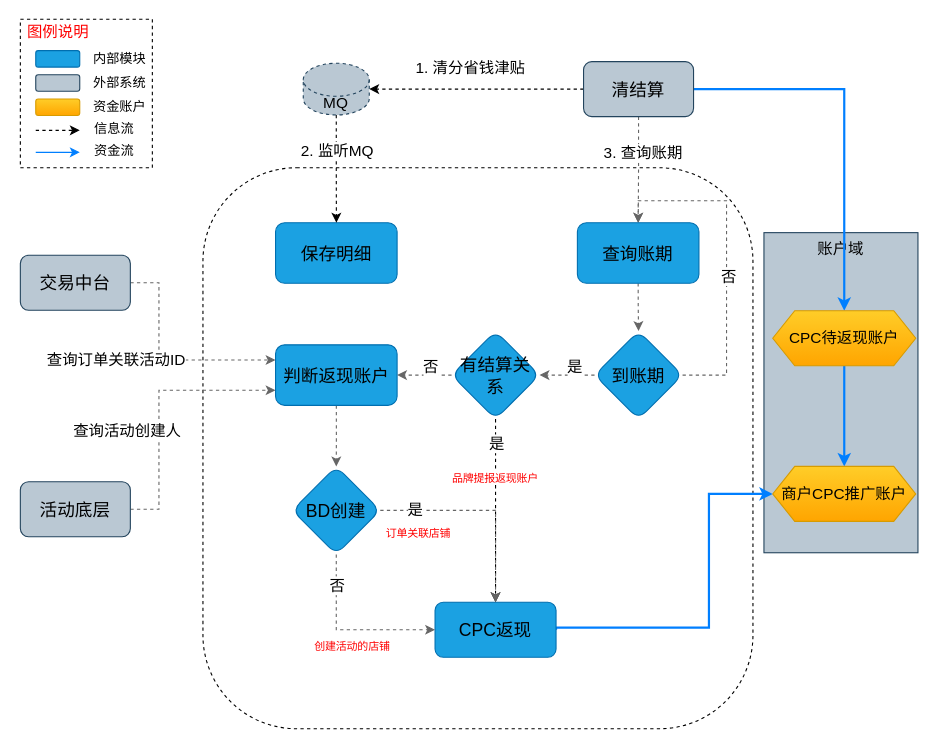
This is page "CPC返现" (6 of 6) of 智能满减.drawio from jon-kong/draw.io, a draw.io file, before an edit. Source tidied: cells renumbered, new cells numbered last; positions are measured from the earlier drawing's top-left corner, leaving out a move shared by most shapes. Both pictures are drawn from the tidied source at 110%, with x=0, y=0 at pixel (19, 19).
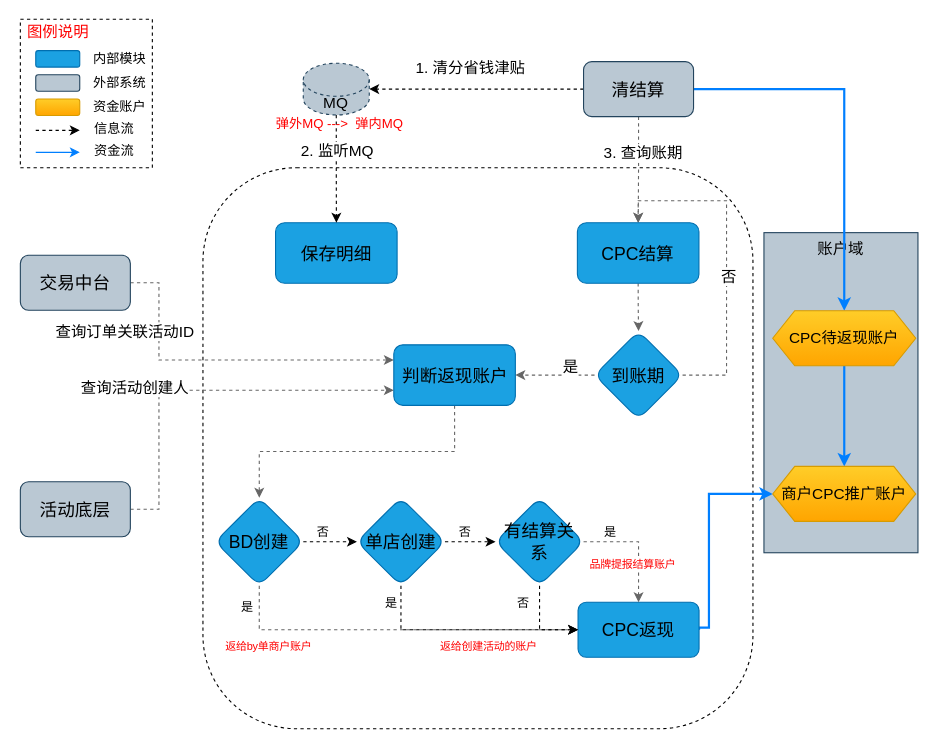
The same page after the edit.

The change refers to these unchanged cells:
```xml
<mxCell id="10" style="edgeStyle=orthogonalEdgeStyle;rounded=0;jettySize=auto;html=1;exitX=1;exitY=0.5;exitDx=0;exitDy=0;entryX=0;entryY=0.25;entryDx=0;entryDy=0;dashed=1;strokeColor=#666666;strokeWidth=1;fontSize=14;fontColor=#000000;" parent="1" edge="1" source="12" target="49">
  <mxGeometry relative="1" as="geometry">
    <Array as="points">
      <mxPoint x="127" y="240" />
      <mxPoint x="127" y="310" />
    </Array>
  </mxGeometry>
</mxCell>
<mxCell id="32" value="到账期" style="rhombus;whiteSpace=wrap;html=1;rounded=1;fontSize=16;strokeColor=#006EAF;fillColor=#1ba1e2;" parent="1" vertex="1">
  <mxGeometry x="523" y="283.5" width="80" height="80" as="geometry" />
</mxCell>
<mxCell id="50" style="edgeStyle=orthogonalEdgeStyle;rounded=0;jettySize=auto;html=1;exitX=0.5;exitY=1;exitDx=0;exitDy=0;dashed=1;strokeColor=#666666;strokeWidth=1;fontSize=14;fontColor=#000000;entryX=0;entryY=0.5;entryDx=0;entryDy=0;" parent="1" edge="1" source="54" target="39">
  <mxGeometry relative="1" as="geometry" />
</mxCell>
```

Change to the diagram source:
```diff
@@
     <mxCell id="11" value="查询订单关联活动ID" style="edgeLabel;html=1;align=center;verticalAlign=middle;fontSize=14;fontColor=#000000;" parent="10" vertex="1">
       <mxGeometry x="-0.07" y="-2" relative="1" as="geometry">
-        <mxPoint x="-38" y="1.5" as="offset" />
+        <mxPoint x="-79.7" y="-28.3" as="offset" />
       </mxGeometry>
     </mxCell>
@@
-    <mxCell id="30" style="edgeStyle=orthogonalEdgeStyle;rounded=0;jettySize=auto;html=1;exitX=0;exitY=0.5;exitDx=0;exitDy=0;dashed=1;strokeColor=#666666;strokeWidth=1;fontSize=14;fontColor=#000000;entryX=1;entryY=0.5;entryDx=0;entryDy=0;" parent="1" edge="1" source="32" target="37">
+    <mxCell id="30" style="edgeStyle=orthogonalEdgeStyle;rounded=0;jettySize=auto;html=1;exitX=0;exitY=0.5;exitDx=0;exitDy=0;dashed=1;strokeColor=#666666;strokeWidth=1;fontSize=14;fontColor=#000000;entryX=1;entryY=0.5;entryDx=0;entryDy=0;" parent="1" edge="1" source="32" target="49">
       <mxGeometry relative="1" as="geometry" />
     </mxCell>
@@
-    <mxCell id="33" style="edgeStyle=orthogonalEdgeStyle;rounded=0;jettySize=auto;html=1;exitX=0.5;exitY=1;exitDx=0;exitDy=0;dashed=1;strokeColor=#000000;strokeWidth=1;fontSize=14;fontColor=#000000;entryX=0.5;entryY=0;entryDx=0;entryDy=0;" parent="1" edge="1" source="37" target="39">
-      <mxGeometry relative="1" as="geometry" />
-    </mxCell>
-    <mxCell id="34" value="是" style="edgeLabel;html=1;align=center;verticalAlign=middle;fontSize=14;fontColor=#000000;" parent="33" vertex="1">
-      <mxGeometry x="-0.35" y="-2" relative="1" as="geometry">
-        <mxPoint x="2" y="-31.8" as="offset" />
-      </mxGeometry>
-    </mxCell>
-    <mxCell id="35" style="edgeStyle=orthogonalEdgeStyle;rounded=0;jettySize=auto;html=1;exitX=0;exitY=0.5;exitDx=0;exitDy=0;dashed=1;strokeColor=#666666;strokeWidth=1;fontSize=14;fontColor=#000000;entryX=1;entryY=0.5;entryDx=0;entryDy=0;" parent="1" edge="1" source="37" target="49">
-      <mxGeometry relative="1" as="geometry" />
-    </mxCell>
-    <mxCell id="36" value="否" style="edgeLabel;html=1;align=center;verticalAlign=middle;fontSize=14;fontColor=#000000;" parent="35" vertex="1">
-      <mxGeometry x="-0.51" y="-5" relative="1" as="geometry">
-        <mxPoint x="-8" y="-3.5" as="offset" />
-      </mxGeometry>
-    </mxCell>
-    <mxCell id="37" value="有结算关系" style="rhombus;whiteSpace=wrap;html=1;rounded=1;fontSize=16;strokeColor=#006EAF;fillColor=#1ba1e2;" parent="1" vertex="1">
-      <mxGeometry x="393" y="283.5" width="80" height="80" as="geometry" />
-    </mxCell>
@@
     <mxCell id="39" value="CPC返现" style="rounded=1;whiteSpace=wrap;html=1;fillColor=#1ba1e2;strokeColor=#006EAF;fontColor=#000000;fontSize=16;" parent="1" vertex="1">
-      <mxGeometry x="378" y="530" width="110" height="50" as="geometry" />
+      <mxGeometry x="508" y="530" width="110" height="50" as="geometry" />
     </mxCell>
@@
-    <mxCell id="45" value="查询账期" style="rounded=1;whiteSpace=wrap;html=1;fillColor=#1ba1e2;strokeColor=#006EAF;fontColor=#000000;fontSize=16;" parent="1" vertex="1">
+    <mxCell id="45" value="CPC结算" style="rounded=1;whiteSpace=wrap;html=1;fillColor=#1ba1e2;strokeColor=#006EAF;fontColor=#000000;fontSize=16;" parent="1" vertex="1">
       <mxGeometry x="507.4" y="185" width="110.5" height="55" as="geometry" />
     </mxCell>
@@
     <mxCell id="49" value="判断返现账户" style="rounded=1;whiteSpace=wrap;html=1;fillColor=#1ba1e2;strokeColor=#006EAF;fontColor=#000000;fontSize=16;" parent="1" vertex="1">
-      <mxGeometry x="233" y="296" width="110.5" height="55" as="geometry" />
+      <mxGeometry x="340.5" y="296" width="110.5" height="55" as="geometry" />
     </mxCell>
@@
-    <mxCell id="51" value="否" style="edgeLabel;html=1;align=center;verticalAlign=middle;fontSize=14;fontColor=#000000;" parent="50" vertex="1">
-      <mxGeometry x="-0.35" y="-1" relative="1" as="geometry">
-        <mxPoint x="1" y="-23.3" as="offset" />
-      </mxGeometry>
-    </mxCell>
+    <mxCell id="59" value="是" style="edgeLabel;html=1;align=center;verticalAlign=middle;" parent="50" vertex="1">
+      <mxGeometry x="-0.89" y="1" relative="1" as="geometry">
+        <mxPoint x="-12.3" as="offset" />
+      </mxGeometry>
+    </mxCell>
-    <mxCell id="52" style="edgeStyle=orthogonalEdgeStyle;rounded=0;jettySize=auto;html=1;exitX=1;exitY=0.5;exitDx=0;exitDy=0;entryX=0.5;entryY=0;entryDx=0;entryDy=0;dashed=1;strokeColor=#666666;strokeWidth=1;fontSize=14;fontColor=#000000;" parent="1" edge="1" source="54" target="39">
+    <mxCell id="52" style="edgeStyle=orthogonalEdgeStyle;rounded=0;jettySize=auto;html=1;exitX=1;exitY=0.5;exitDx=0;exitDy=0;entryX=0.5;entryY=0;entryDx=0;entryDy=0;dashed=1;strokeColor=#666666;strokeWidth=1;fontSize=14;fontColor=#000000;" parent="1" edge="1" source="37" target="39">
       <mxGeometry relative="1" as="geometry" />
     </mxCell>
-    <mxCell id="53" value="是" style="edgeLabel;html=1;align=center;verticalAlign=middle;fontSize=14;fontColor=#000000;" parent="52" vertex="1">
-      <mxGeometry x="-0.67" y="1" relative="1" as="geometry" />
-    </mxCell>
+    <mxCell id="60" value="是" style="edgeLabel;html=1;align=center;verticalAlign=middle;fontColor=#000000;" parent="52" vertex="1">
+      <mxGeometry x="-0.63" y="-1" relative="1" as="geometry">
+        <mxPoint x="4" y="-11" as="offset" />
+      </mxGeometry>
+    </mxCell>
+    <mxCell id="61" style="edgeStyle=orthogonalEdgeStyle;rounded=0;jettySize=auto;html=1;exitX=1;exitY=0.5;exitDx=0;exitDy=0;fontColor=#FF0000;dashed=1;" parent="1" edge="1" source="54" target="69">
+      <mxGeometry relative="1" as="geometry" />
+    </mxCell>
+    <mxCell id="62" value="否" style="edgeLabel;html=1;align=center;verticalAlign=middle;fontColor=#000000;" parent="61" vertex="1">
+      <mxGeometry x="-0.29" y="1" relative="1" as="geometry">
+        <mxPoint y="-9" as="offset" />
+      </mxGeometry>
+    </mxCell>
     <mxCell id="54" value="BD创建" style="rhombus;whiteSpace=wrap;html=1;rounded=1;fontSize=16;strokeColor=#006EAF;fillColor=#1ba1e2;" parent="1" vertex="1">
-      <mxGeometry x="248.2" y="406.5" width="80" height="80" as="geometry" />
+      <mxGeometry x="178.2" y="435" width="80" height="80" as="geometry" />
     </mxCell>
@@
-    <mxCell id="56" value="&lt;span style=&quot;letter-spacing: -0.22px; text-align: left; background-color: rgb(255, 255, 255); font-size: 10px;&quot;&gt;品牌提报返现账户&lt;/span&gt;" style="text;html=1;strokeColor=none;fillColor=none;align=center;verticalAlign=middle;whiteSpace=wrap;rounded=0;fontSize=10;fontColor=#FF0000;" parent="1" vertex="1">
-      <mxGeometry x="373" y="406.5" width="120" height="20" as="geometry" />
+    <mxCell id="56" value="&lt;span style=&quot;letter-spacing: -0.22px ; text-align: left ; background-color: rgb(255 , 255 , 255) ; font-size: 10px&quot;&gt;品牌提报结算账户&lt;/span&gt;" style="text;html=1;strokeColor=none;fillColor=none;align=center;verticalAlign=middle;whiteSpace=wrap;rounded=0;fontSize=10;fontColor=#FF0000;" parent="1" vertex="1">
+      <mxGeometry x="497.9" y="485" width="120" height="20" as="geometry" />
     </mxCell>
-    <mxCell id="57" value="&lt;span style=&quot;letter-spacing: -0.22px ; text-align: left ; background-color: rgb(255 , 255 , 255) ; font-size: 10px&quot;&gt;订单关联店铺&lt;/span&gt;" style="text;html=1;strokeColor=none;fillColor=none;align=center;verticalAlign=middle;whiteSpace=wrap;rounded=0;fontSize=10;fontColor=#FF0000;" parent="1" vertex="1">
-      <mxGeometry x="303" y="456.5" width="120" height="20" as="geometry" />
-    </mxCell>
-    <mxCell id="58" value="&lt;span style=&quot;letter-spacing: -0.22px ; text-align: left ; background-color: rgb(255 , 255 , 255) ; font-size: 10px&quot;&gt;创建活动的店铺&lt;/span&gt;" style="text;html=1;strokeColor=none;fillColor=none;align=center;verticalAlign=middle;whiteSpace=wrap;rounded=0;fontSize=10;fontColor=#FF0000;" parent="1" vertex="1">
-      <mxGeometry x="243" y="560" width="120" height="20" as="geometry" />
+    <mxCell id="58" value="&lt;span style=&quot;letter-spacing: -0.22px ; text-align: left ; background-color: rgb(255 , 255 , 255) ; font-size: 10px&quot;&gt;返给by单商户账户&lt;/span&gt;" style="text;html=1;strokeColor=none;fillColor=none;align=center;verticalAlign=middle;whiteSpace=wrap;rounded=0;fontSize=10;fontColor=#FF0000;" parent="1" vertex="1">
+      <mxGeometry x="167" y="560" width="120" height="20" as="geometry" />
     </mxCell>
+    <mxCell id="63" value="弹外MQ ---&amp;gt;&amp;nbsp; 弹内MQ" style="text;html=1;align=center;verticalAlign=middle;fontColor=#FF0000;" parent="1" vertex="1">
+      <mxGeometry x="226" y="85" width="130" height="20" as="geometry" />
+    </mxCell>
+    <mxCell id="33" style="edgeStyle=orthogonalEdgeStyle;rounded=0;jettySize=auto;html=1;exitX=0.5;exitY=1;exitDx=0;exitDy=0;entryX=0;entryY=0.5;entryDx=0;entryDy=0;dashed=1;fontColor=#000000;" parent="1" edge="1" source="37" target="39">
+      <mxGeometry relative="1" as="geometry" />
+    </mxCell>
+    <mxCell id="64" value="否" style="edgeLabel;html=1;align=center;verticalAlign=middle;fontColor=#000000;" parent="33" vertex="1">
+      <mxGeometry x="-0.7" relative="1" as="geometry">
+        <mxPoint x="-16" y="4" as="offset" />
+      </mxGeometry>
+    </mxCell>
+    <mxCell id="37" value="有结算关系" style="rhombus;whiteSpace=wrap;html=1;rounded=1;fontSize=16;strokeColor=#006EAF;fillColor=#1ba1e2;" parent="1" vertex="1">
+      <mxGeometry x="433" y="435" width="80" height="80" as="geometry" />
+    </mxCell>
+    <mxCell id="65" style="edgeStyle=orthogonalEdgeStyle;rounded=0;jettySize=auto;html=1;exitX=0.5;exitY=1;exitDx=0;exitDy=0;entryX=0;entryY=0.5;entryDx=0;entryDy=0;dashed=1;fontColor=#FF0000;" parent="1" edge="1" source="69" target="39">
+      <mxGeometry relative="1" as="geometry" />
+    </mxCell>
+    <mxCell id="66" value="是" style="edgeLabel;html=1;align=center;verticalAlign=middle;fontColor=#000000;" parent="65" vertex="1">
+      <mxGeometry x="-0.84" y="1" relative="1" as="geometry">
+        <mxPoint x="-11" y="-1" as="offset" />
+      </mxGeometry>
+    </mxCell>
+    <mxCell id="67" style="edgeStyle=orthogonalEdgeStyle;rounded=0;jettySize=auto;html=1;exitX=1;exitY=0.5;exitDx=0;exitDy=0;entryX=0;entryY=0.5;entryDx=0;entryDy=0;dashed=1;fontColor=#000000;" parent="1" edge="1" source="69" target="37">
+      <mxGeometry relative="1" as="geometry" />
+    </mxCell>
+    <mxCell id="68" value="否" style="edgeLabel;html=1;align=center;verticalAlign=middle;fontColor=#000000;" parent="67" vertex="1">
+      <mxGeometry x="-0.24" y="2" relative="1" as="geometry">
+        <mxPoint y="-8" as="offset" />
+      </mxGeometry>
+    </mxCell>
+    <mxCell id="69" value="单店创建" style="rhombus;whiteSpace=wrap;html=1;rounded=1;fontSize=16;strokeColor=#006EAF;fillColor=#1ba1e2;" parent="1" vertex="1">
+      <mxGeometry x="307" y="435" width="80" height="80" as="geometry" />
+    </mxCell>
+    <mxCell id="70" value="&lt;span style=&quot;letter-spacing: -0.22px ; text-align: left ; background-color: rgb(255 , 255 , 255) ; font-size: 10px&quot;&gt;返给创建活动的账户&lt;/span&gt;" style="text;html=1;strokeColor=none;fillColor=none;align=center;verticalAlign=middle;whiteSpace=wrap;rounded=0;fontSize=10;fontColor=#FF0000;" parent="1" vertex="1">
+      <mxGeometry x="367" y="560" width="120" height="20" as="geometry" />
+    </mxCell>
```
